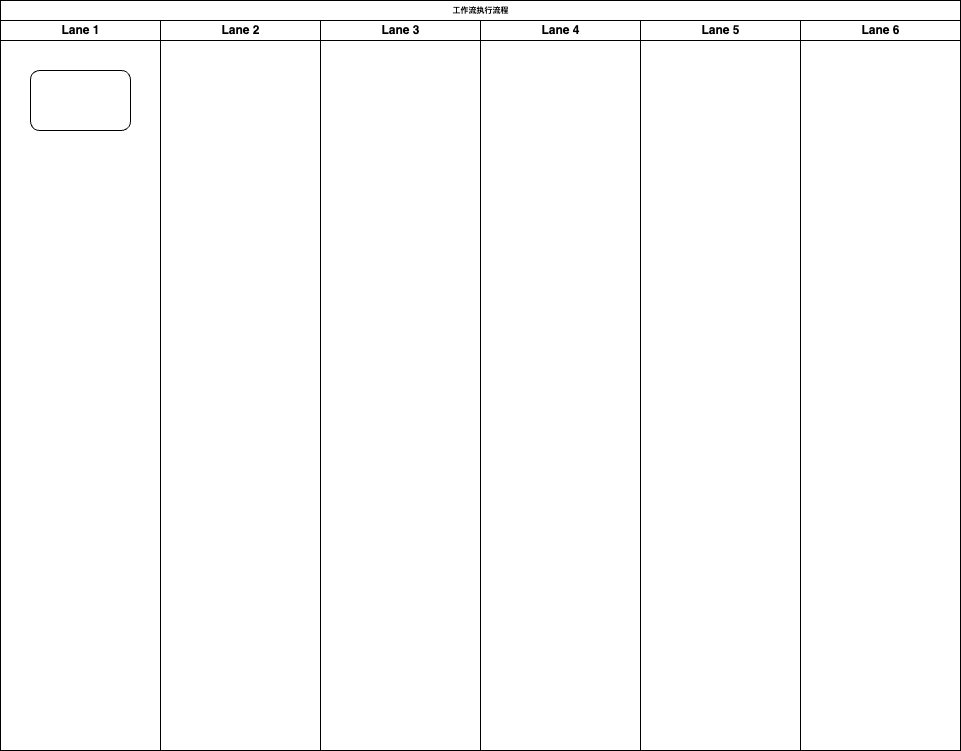
The draw.io diagram ds-ms-0.drawio.png in JsZero/drawio, before a commit. Source tidied: cells renumbered, new cells last; positions are measured from the earlier drawing's top-left corner, leaving out a move shared by most shapes. Source of this version:
```xml
<mxGraphModel>
  <root>
    <mxCell id="0" />
    <mxCell id="1" parent="0" />
    <mxCell id="2" value="工作流执行流程" style="swimlane;html=1;startSize=20;rounded=0;shadow=0;labelBackgroundColor=none;strokeWidth=1;fontFamily=Verdana;fontSize=8;align=center;" parent="1" vertex="1">
      <mxGeometry width="960" height="750" as="geometry" />
    </mxCell>
    <mxCell id="3" value="Lane 1" style="swimlane;html=1;startSize=20;" parent="2" vertex="1">
      <mxGeometry y="20" width="160" height="730" as="geometry" />
    </mxCell>
    <mxCell id="4" style="rounded=1;whiteSpace=wrap;html=1;shadow=0;labelBackgroundColor=none;strokeWidth=1;fontFamily=Verdana;fontSize=8;align=center;" parent="3" vertex="1">
      <mxGeometry x="30" y="50" width="100" height="60" as="geometry" />
    </mxCell>
    <mxCell id="5" value="Lane 2" style="swimlane;html=1;startSize=20;" parent="2" vertex="1">
      <mxGeometry x="160" y="20" width="160" height="730" as="geometry" />
    </mxCell>
    <mxCell id="6" value="Lane 3" style="swimlane;html=1;startSize=20;" parent="2" vertex="1">
      <mxGeometry x="320" y="20" width="160" height="730" as="geometry" />
    </mxCell>
    <mxCell id="7" value="Lane 4" style="swimlane;html=1;startSize=20;" parent="2" vertex="1">
      <mxGeometry x="480" y="20" width="160" height="730" as="geometry" />
    </mxCell>
    <mxCell id="8" value="Lane 5" style="swimlane;html=1;startSize=20;" parent="2" vertex="1">
      <mxGeometry x="640" y="20" width="160" height="730" as="geometry" />
    </mxCell>
    <mxCell id="9" value="Lane 6" style="swimlane;html=1;startSize=20;" parent="2" vertex="1">
      <mxGeometry x="800" y="20" width="160" height="730" as="geometry" />
    </mxCell>
  </root>
</mxGraphModel>
```
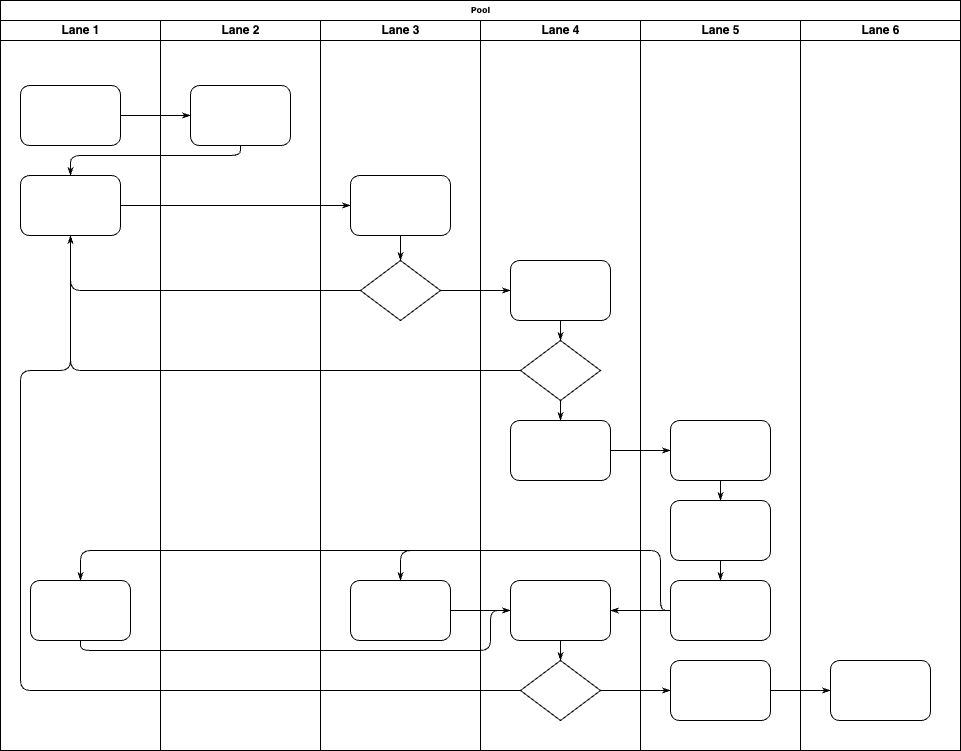
Above is the later version.

Change to the diagram source:
```diff
@@ -2,29 +2,169 @@
   <root>
     <mxCell id="0" />
     <mxCell id="1" parent="0" />
-    <mxCell id="2" value="工作流执行流程" style="swimlane;html=1;startSize=20;rounded=0;shadow=0;labelBackgroundColor=none;strokeWidth=1;fontFamily=Verdana;fontSize=8;align=center;" parent="1" vertex="1">
+    <mxCell id="2" value="Pool" style="swimlane;html=1;startSize=20;rounded=0;shadow=0;labelBackgroundColor=none;strokeWidth=1;fontFamily=Verdana;fontSize=8;align=center;" parent="1" vertex="1">
       <mxGeometry width="960" height="750" as="geometry" />
     </mxCell>
     <mxCell id="3" value="Lane 1" style="swimlane;html=1;startSize=20;" parent="2" vertex="1">
       <mxGeometry y="20" width="160" height="730" as="geometry" />
     </mxCell>
     <mxCell id="4" style="rounded=1;whiteSpace=wrap;html=1;shadow=0;labelBackgroundColor=none;strokeWidth=1;fontFamily=Verdana;fontSize=8;align=center;" parent="3" vertex="1">
-      <mxGeometry x="30" y="50" width="100" height="60" as="geometry" />
+      <mxGeometry x="20" y="65" width="100" height="60" as="geometry" />
     </mxCell>
+    <mxCell id="10" style="rounded=1;whiteSpace=wrap;html=1;shadow=0;labelBackgroundColor=none;strokeWidth=1;fontFamily=Verdana;fontSize=8;align=center;" parent="3" vertex="1">
+      <mxGeometry x="20" y="155" width="100" height="60" as="geometry" />
+    </mxCell>
+    <mxCell id="11" style="rounded=1;whiteSpace=wrap;html=1;shadow=0;labelBackgroundColor=none;strokeWidth=1;fontFamily=Verdana;fontSize=8;align=center;" parent="3" vertex="1">
+      <mxGeometry x="30" y="560" width="100" height="60" as="geometry" />
+    </mxCell>
+    <mxCell id="12" style="edgeStyle=orthogonalEdgeStyle;rounded=1;html=1;labelBackgroundColor=none;startArrow=none;startFill=0;startSize=5;endArrow=classicThin;endFill=1;endSize=5;jettySize=auto;strokeWidth=1;fontFamily=Verdana;fontSize=8;" parent="2" edge="1" source="4" target="27">
+      <mxGeometry relative="1" as="geometry" />
+    </mxCell>
+    <mxCell id="13" style="edgeStyle=orthogonalEdgeStyle;rounded=1;html=1;labelBackgroundColor=none;startArrow=none;startFill=0;startSize=5;endArrow=classicThin;endFill=1;endSize=5;jettySize=auto;strokeWidth=1;fontFamily=Verdana;fontSize=8;" parent="2" edge="1" source="27" target="10">
+      <mxGeometry relative="1" as="geometry">
+        <Array as="points">
+          <mxPoint x="240" y="155" />
+          <mxPoint x="70" y="155" />
+        </Array>
+      </mxGeometry>
+    </mxCell>
+    <mxCell id="14" style="edgeStyle=orthogonalEdgeStyle;rounded=1;html=1;labelBackgroundColor=none;startArrow=none;startFill=0;startSize=5;endArrow=classicThin;endFill=1;endSize=5;jettySize=auto;strokeWidth=1;fontFamily=Verdana;fontSize=8;" parent="2" edge="1" source="10" target="28">
+      <mxGeometry relative="1" as="geometry" />
+    </mxCell>
+    <mxCell id="15" style="edgeStyle=orthogonalEdgeStyle;rounded=1;html=1;labelBackgroundColor=none;startArrow=none;startFill=0;startSize=5;endArrow=classicThin;endFill=1;endSize=5;jettySize=auto;strokeWidth=1;fontFamily=Verdana;fontSize=8;" parent="2" edge="1" source="29" target="10">
+      <mxGeometry relative="1" as="geometry" />
+    </mxCell>
+    <mxCell id="16" style="edgeStyle=orthogonalEdgeStyle;rounded=1;html=1;labelBackgroundColor=none;startArrow=none;startFill=0;startSize=5;endArrow=classicThin;endFill=1;endSize=5;jettySize=auto;strokeWidth=1;fontFamily=Verdana;fontSize=8;" parent="2" edge="1" source="33" target="10">
+      <mxGeometry relative="1" as="geometry" />
+    </mxCell>
+    <mxCell id="17" style="edgeStyle=orthogonalEdgeStyle;rounded=1;html=1;labelBackgroundColor=none;startArrow=none;startFill=0;startSize=5;endArrow=classicThin;endFill=1;endSize=5;jettySize=auto;strokeWidth=1;fontFamily=Verdana;fontSize=8;" parent="2" edge="1" source="36" target="10">
+      <mxGeometry relative="1" as="geometry">
+        <Array as="points">
+          <mxPoint x="20" y="690" />
+          <mxPoint x="20" y="370" />
+          <mxPoint x="70" y="370" />
+        </Array>
+      </mxGeometry>
+    </mxCell>
+    <mxCell id="18" style="edgeStyle=orthogonalEdgeStyle;rounded=1;html=1;labelBackgroundColor=none;startArrow=none;startFill=0;startSize=5;endArrow=classicThin;endFill=1;endSize=5;jettySize=auto;strokeWidth=1;fontFamily=Verdana;fontSize=8;" parent="2" edge="1" source="29" target="32">
+      <mxGeometry relative="1" as="geometry" />
+    </mxCell>
+    <mxCell id="19" style="edgeStyle=orthogonalEdgeStyle;rounded=1;html=1;labelBackgroundColor=none;startArrow=none;startFill=0;startSize=5;endArrow=classicThin;endFill=1;endSize=5;jettySize=auto;strokeWidth=1;fontFamily=Verdana;fontSize=8;" parent="2" edge="1" source="36" target="43">
+      <mxGeometry relative="1" as="geometry" />
+    </mxCell>
+    <mxCell id="20" style="edgeStyle=orthogonalEdgeStyle;rounded=1;html=1;labelBackgroundColor=none;startArrow=none;startFill=0;startSize=5;endArrow=classicThin;endFill=1;endSize=5;jettySize=auto;strokeWidth=1;fontFamily=Verdana;fontSize=8;" parent="2" edge="1" source="43" target="46">
+      <mxGeometry relative="1" as="geometry" />
+    </mxCell>
+    <mxCell id="21" style="edgeStyle=orthogonalEdgeStyle;rounded=1;html=1;labelBackgroundColor=none;startArrow=none;startFill=0;startSize=5;endArrow=classicThin;endFill=1;endSize=5;jettySize=auto;strokeWidth=1;fontFamily=Verdana;fontSize=8;" parent="2" edge="1" source="34" target="40">
+      <mxGeometry relative="1" as="geometry" />
+    </mxCell>
+    <mxCell id="22" style="edgeStyle=orthogonalEdgeStyle;rounded=1;html=1;labelBackgroundColor=none;startArrow=none;startFill=0;startSize=5;endArrow=classicThin;endFill=1;endSize=5;jettySize=auto;strokeWidth=1;fontFamily=Verdana;fontSize=8;" parent="2" edge="1" source="42" target="30">
+      <mxGeometry relative="1" as="geometry">
+        <Array as="points">
+          <mxPoint x="660" y="610" />
+          <mxPoint x="660" y="550" />
+          <mxPoint x="400" y="550" />
+        </Array>
+      </mxGeometry>
+    </mxCell>
+    <mxCell id="23" style="edgeStyle=orthogonalEdgeStyle;rounded=1;html=1;labelBackgroundColor=none;startArrow=none;startFill=0;startSize=5;endArrow=classicThin;endFill=1;endSize=5;jettySize=auto;strokeColor=#000000;strokeWidth=1;fontFamily=Verdana;fontSize=8;fontColor=#000000;" parent="2" edge="1" source="42" target="35">
+      <mxGeometry relative="1" as="geometry" />
+    </mxCell>
+    <mxCell id="24" style="edgeStyle=orthogonalEdgeStyle;rounded=1;html=1;labelBackgroundColor=none;startArrow=none;startFill=0;startSize=5;endArrow=classicThin;endFill=1;endSize=5;jettySize=auto;strokeWidth=1;fontFamily=Verdana;fontSize=8;" parent="2" edge="1" source="42" target="11">
+      <mxGeometry relative="1" as="geometry">
+        <Array as="points">
+          <mxPoint x="660" y="610" />
+          <mxPoint x="660" y="550" />
+          <mxPoint x="80" y="550" />
+        </Array>
+      </mxGeometry>
+    </mxCell>
+    <mxCell id="25" style="edgeStyle=orthogonalEdgeStyle;rounded=1;html=1;labelBackgroundColor=none;startArrow=none;startFill=0;startSize=5;endArrow=classicThin;endFill=1;endSize=5;jettySize=auto;strokeWidth=1;fontFamily=Verdana;fontSize=8;" parent="2" edge="1" source="11" target="35">
+      <mxGeometry relative="1" as="geometry">
+        <Array as="points">
+          <mxPoint x="80" y="650" />
+          <mxPoint x="490" y="650" />
+          <mxPoint x="490" y="610" />
+        </Array>
+      </mxGeometry>
+    </mxCell>
+    <mxCell id="26" style="edgeStyle=orthogonalEdgeStyle;rounded=1;html=1;labelBackgroundColor=none;startArrow=none;startFill=0;startSize=5;endArrow=classicThin;endFill=1;endSize=5;jettySize=auto;strokeWidth=1;fontFamily=Verdana;fontSize=8;" parent="2" edge="1" source="30" target="35">
+      <mxGeometry relative="1" as="geometry" />
+    </mxCell>
     <mxCell id="5" value="Lane 2" style="swimlane;html=1;startSize=20;" parent="2" vertex="1">
       <mxGeometry x="160" y="20" width="160" height="730" as="geometry" />
     </mxCell>
+    <mxCell id="27" style="rounded=1;whiteSpace=wrap;html=1;shadow=0;labelBackgroundColor=none;strokeWidth=1;fontFamily=Verdana;fontSize=8;align=center;" parent="5" vertex="1">
+      <mxGeometry x="30" y="65" width="100" height="60" as="geometry" />
+    </mxCell>
     <mxCell id="6" value="Lane 3" style="swimlane;html=1;startSize=20;" parent="2" vertex="1">
       <mxGeometry x="320" y="20" width="160" height="730" as="geometry" />
     </mxCell>
+    <mxCell id="28" style="rounded=1;whiteSpace=wrap;html=1;shadow=0;labelBackgroundColor=none;strokeWidth=1;fontFamily=Verdana;fontSize=8;align=center;" parent="6" vertex="1">
+      <mxGeometry x="30" y="155" width="100" height="60" as="geometry" />
+    </mxCell>
+    <mxCell id="29" style="rhombus;whiteSpace=wrap;html=1;rounded=0;shadow=0;labelBackgroundColor=none;strokeWidth=1;fontFamily=Verdana;fontSize=8;align=center;" parent="6" vertex="1">
+      <mxGeometry x="40" y="240" width="80" height="60" as="geometry" />
+    </mxCell>
+    <mxCell id="30" style="rounded=1;whiteSpace=wrap;html=1;shadow=0;labelBackgroundColor=none;strokeWidth=1;fontFamily=Verdana;fontSize=8;align=center;" parent="6" vertex="1">
+      <mxGeometry x="30" y="560" width="100" height="60" as="geometry" />
+    </mxCell>
+    <mxCell id="31" style="edgeStyle=orthogonalEdgeStyle;rounded=1;html=1;labelBackgroundColor=none;startArrow=none;startFill=0;startSize=5;endArrow=classicThin;endFill=1;endSize=5;jettySize=auto;strokeWidth=1;fontFamily=Verdana;fontSize=8;" parent="6" edge="1" source="28" target="29">
+      <mxGeometry relative="1" as="geometry" />
+    </mxCell>
     <mxCell id="7" value="Lane 4" style="swimlane;html=1;startSize=20;" parent="2" vertex="1">
       <mxGeometry x="480" y="20" width="160" height="730" as="geometry" />
     </mxCell>
+    <mxCell id="32" style="rounded=1;whiteSpace=wrap;html=1;shadow=0;labelBackgroundColor=none;strokeWidth=1;fontFamily=Verdana;fontSize=8;align=center;" parent="7" vertex="1">
+      <mxGeometry x="30" y="240" width="100" height="60" as="geometry" />
+    </mxCell>
+    <mxCell id="33" style="rhombus;whiteSpace=wrap;html=1;rounded=0;shadow=0;labelBackgroundColor=none;strokeWidth=1;fontFamily=Verdana;fontSize=8;align=center;" parent="7" vertex="1">
+      <mxGeometry x="40" y="320" width="80" height="60" as="geometry" />
+    </mxCell>
+    <mxCell id="34" style="rounded=1;whiteSpace=wrap;html=1;shadow=0;labelBackgroundColor=none;strokeWidth=1;fontFamily=Verdana;fontSize=8;align=center;" parent="7" vertex="1">
+      <mxGeometry x="30" y="400" width="100" height="60" as="geometry" />
+    </mxCell>
+    <mxCell id="35" style="rounded=1;whiteSpace=wrap;html=1;shadow=0;labelBackgroundColor=none;strokeWidth=1;fontFamily=Verdana;fontSize=8;align=center;" parent="7" vertex="1">
+      <mxGeometry x="30" y="560" width="100" height="60" as="geometry" />
+    </mxCell>
+    <mxCell id="36" style="rhombus;whiteSpace=wrap;html=1;rounded=0;shadow=0;labelBackgroundColor=none;strokeWidth=1;fontFamily=Verdana;fontSize=8;align=center;" parent="7" vertex="1">
+      <mxGeometry x="40" y="640" width="80" height="60" as="geometry" />
+    </mxCell>
+    <mxCell id="37" style="edgeStyle=orthogonalEdgeStyle;rounded=1;html=1;labelBackgroundColor=none;startArrow=none;startFill=0;startSize=5;endArrow=classicThin;endFill=1;endSize=5;jettySize=auto;strokeColor=#000000;strokeWidth=1;fontFamily=Verdana;fontSize=8;fontColor=#000000;" parent="7" edge="1" source="32" target="33">
+      <mxGeometry relative="1" as="geometry" />
+    </mxCell>
+    <mxCell id="38" style="edgeStyle=orthogonalEdgeStyle;rounded=1;html=1;labelBackgroundColor=none;startArrow=none;startFill=0;startSize=5;endArrow=classicThin;endFill=1;endSize=5;jettySize=auto;strokeWidth=1;fontFamily=Verdana;fontSize=8;" parent="7" edge="1" source="33" target="34">
+      <mxGeometry relative="1" as="geometry" />
+    </mxCell>
+    <mxCell id="39" style="edgeStyle=orthogonalEdgeStyle;rounded=1;html=1;labelBackgroundColor=none;startArrow=none;startFill=0;startSize=5;endArrow=classicThin;endFill=1;endSize=5;jettySize=auto;strokeWidth=1;fontFamily=Verdana;fontSize=8;" parent="7" edge="1" source="35" target="36">
+      <mxGeometry relative="1" as="geometry" />
+    </mxCell>
     <mxCell id="8" value="Lane 5" style="swimlane;html=1;startSize=20;" parent="2" vertex="1">
       <mxGeometry x="640" y="20" width="160" height="730" as="geometry" />
     </mxCell>
+    <mxCell id="40" style="rounded=1;whiteSpace=wrap;html=1;shadow=0;labelBackgroundColor=none;strokeWidth=1;fontFamily=Verdana;fontSize=8;align=center;" parent="8" vertex="1">
+      <mxGeometry x="30" y="400" width="100" height="60" as="geometry" />
+    </mxCell>
+    <mxCell id="41" style="rounded=1;whiteSpace=wrap;html=1;shadow=0;labelBackgroundColor=none;strokeWidth=1;fontFamily=Verdana;fontSize=8;align=center;" parent="8" vertex="1">
+      <mxGeometry x="30" y="480" width="100" height="60" as="geometry" />
+    </mxCell>
+    <mxCell id="42" style="rounded=1;whiteSpace=wrap;html=1;shadow=0;labelBackgroundColor=none;strokeWidth=1;fontFamily=Verdana;fontSize=8;align=center;" parent="8" vertex="1">
+      <mxGeometry x="30" y="560" width="100" height="60" as="geometry" />
+    </mxCell>
+    <mxCell id="43" style="rounded=1;whiteSpace=wrap;html=1;shadow=0;labelBackgroundColor=none;strokeWidth=1;fontFamily=Verdana;fontSize=8;align=center;" parent="8" vertex="1">
+      <mxGeometry x="30" y="640" width="100" height="60" as="geometry" />
+    </mxCell>
+    <mxCell id="44" style="edgeStyle=orthogonalEdgeStyle;rounded=1;html=1;labelBackgroundColor=none;startArrow=none;startFill=0;startSize=5;endArrow=classicThin;endFill=1;endSize=5;jettySize=auto;strokeWidth=1;fontFamily=Verdana;fontSize=8;" parent="8" edge="1" source="40" target="41">
+      <mxGeometry relative="1" as="geometry" />
+    </mxCell>
+    <mxCell id="45" style="edgeStyle=orthogonalEdgeStyle;rounded=1;html=1;labelBackgroundColor=none;startArrow=none;startFill=0;startSize=5;endArrow=classicThin;endFill=1;endSize=5;jettySize=auto;strokeWidth=1;fontFamily=Verdana;fontSize=8;" parent="8" edge="1" source="41" target="42">
+      <mxGeometry relative="1" as="geometry" />
+    </mxCell>
     <mxCell id="9" value="Lane 6" style="swimlane;html=1;startSize=20;" parent="2" vertex="1">
       <mxGeometry x="800" y="20" width="160" height="730" as="geometry" />
     </mxCell>
+    <mxCell id="46" style="rounded=1;whiteSpace=wrap;html=1;shadow=0;labelBackgroundColor=none;strokeWidth=1;fontFamily=Verdana;fontSize=8;align=center;" parent="9" vertex="1">
+      <mxGeometry x="30" y="640" width="100" height="60" as="geometry" />
+    </mxCell>
   </root>
 </mxGraphModel>
```
